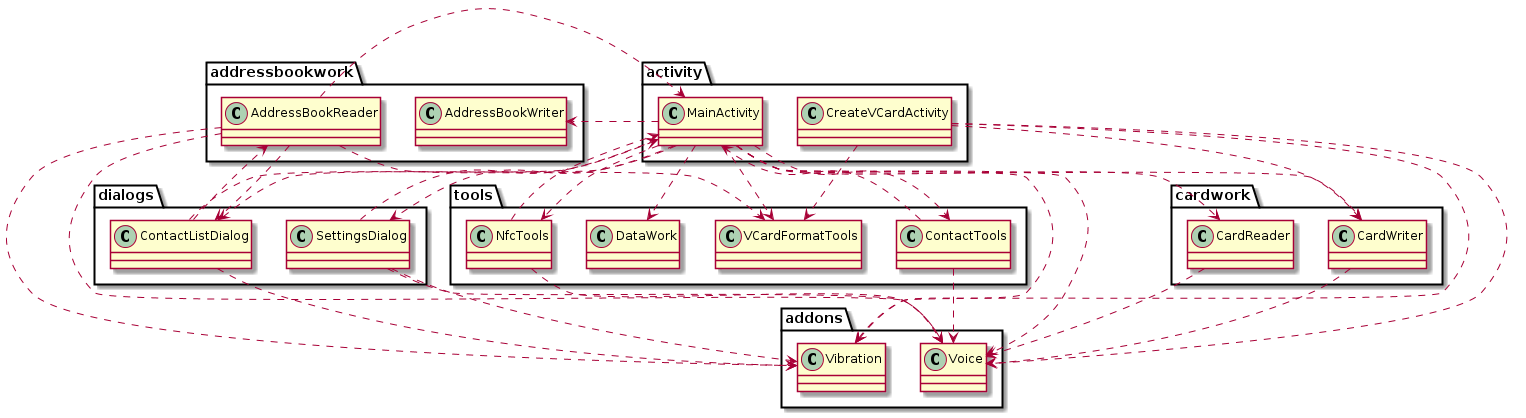
The PlantUML diagram UML/general_class.png in NFCdroid/doku, before a commit.
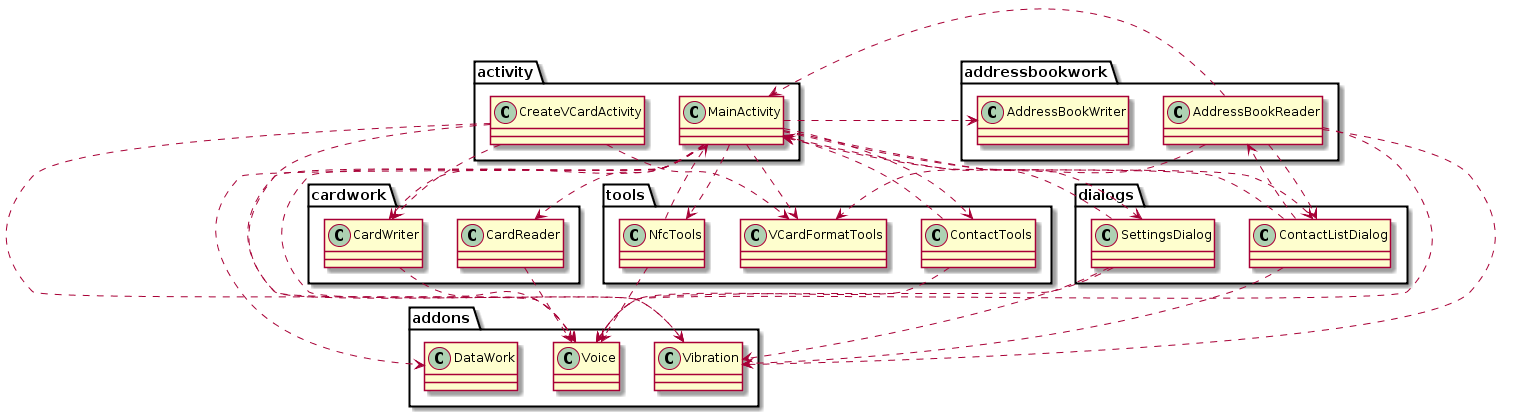
The same file after the commit.

The edit, as a diff of the source:
```diff
@@ -12,12 +12,13 @@
 class dialogs.ContactListDialog
 class dialogs.SettingsDialog
 class tools.ContactTools
-class tools.DataWork
+class addons.DataWork
 class tools.NfcTools
 class tools.VCardFormatTools
 
 activity.CreateVCardActivity ..> addons.Vibration
 activity.CreateVCardActivity ..> addons.Voice
+activity.MainActivity ..> addons.DataWork
 activity.CreateVCardActivity ..> cardwork.CardWriter
 activity.CreateVCardActivity ..> tools.VCardFormatTools
 activity.MainActivity ..> addons.Vibration
@@ -28,7 +29,6 @@
 activity.MainActivity ..> dialogs.ContactListDialog
 activity.MainActivity ..> dialogs.SettingsDialog
 activity.MainActivity ..> tools.ContactTools
-activity.MainActivity ..> tools.DataWork
 activity.MainActivity ..> tools.NfcTools
 activity.MainActivity ..> tools.VCardFormatTools
 addressbookwork.AddressBookReader ..> activity.MainActivity
```
